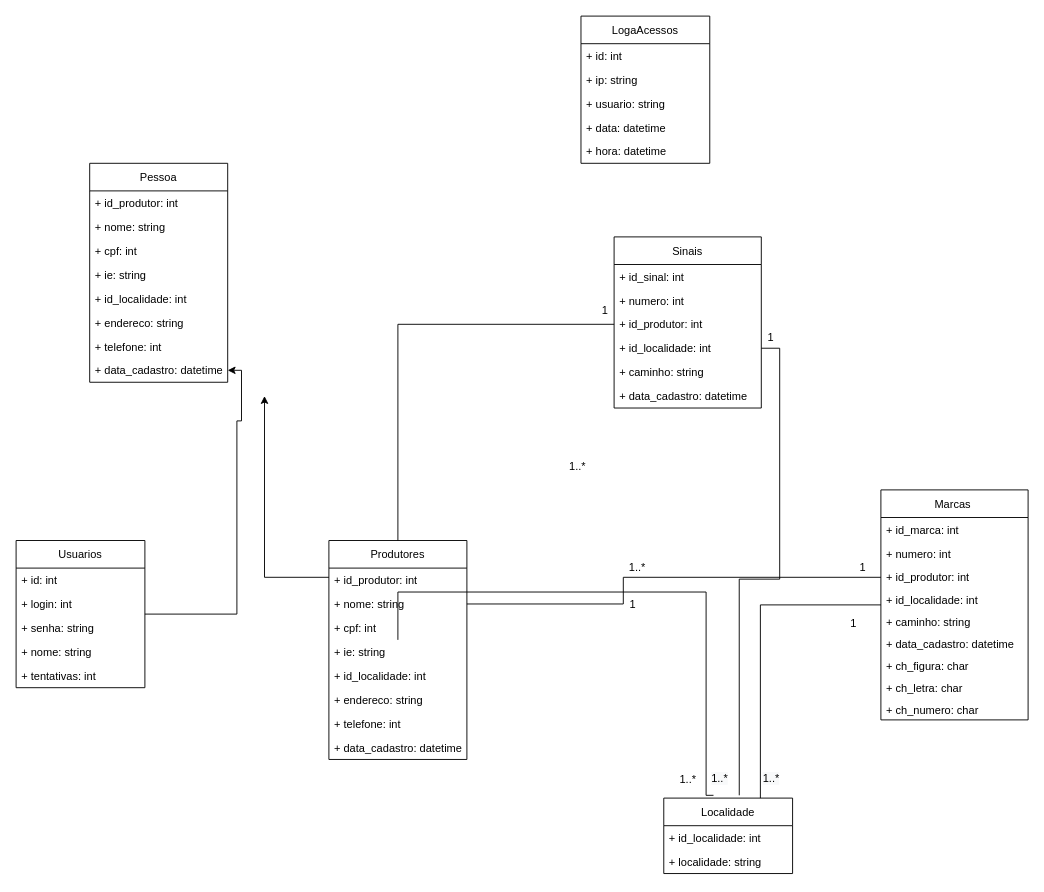
Earlier version of the draw.io diagram NovaArquitetura-Controle de Marcas e Sinais/marcas-sinais-novo_uml.drawio (RogerioTostes/TCC). Source tidied: cells renumbered, new cells numbered last; positions are measured from the earlier drawing's top-left corner, leaving out a move shared by most shapes. Both pictures are drawn from the tidied source at 92%, with x=0, y=0 at pixel (16, 16).
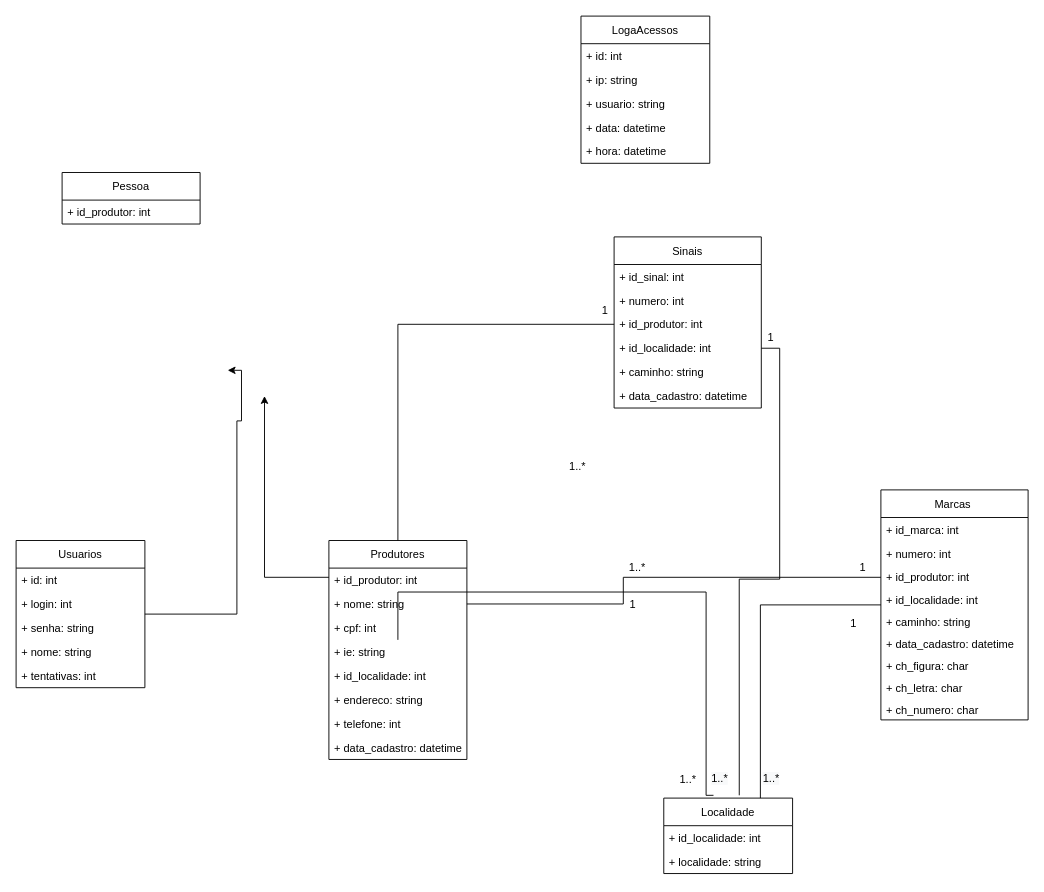
The same diagram, later.

The change refers to these unchanged cells:
```xml
<mxCell id="32" value="Usuarios" style="swimlane;fontStyle=0;horizontal=1;startSize=30;fillColor=none;" parent="1" vertex="1">
  <mxGeometry y="570" width="140" height="160" as="geometry" />
</mxCell>
```

Diff of the diagram source:
```diff
@@
-    <mxCell id="31" style="edgeStyle=orthogonalEdgeStyle;rounded=0;jettySize=auto;html=1;" parent="1" edge="1" source="32" target="68">
+    <mxCell id="31" style="edgeStyle=orthogonalEdgeStyle;rounded=0;jettySize=auto;html=1;" parent="1" edge="1" source="32">
       <mxGeometry relative="1" as="geometry">
+        <mxPoint x="230" y="385" as="targetPoint" />
         <Array as="points">
           <mxPoint x="240" y="650" />
           <mxPoint x="240" y="440" />
           <mxPoint x="245" y="440" />
         </Array>
       </mxGeometry>
     </mxCell>
@@
     <mxCell id="60" value="Pessoa" style="swimlane;fontStyle=0;horizontal=1;startSize=30;fillColor=none;" parent="1" vertex="1">
-      <mxGeometry x="80" y="160" width="150" height="238" as="geometry" />
+      <mxGeometry x="50" y="170" width="150" height="56" as="geometry" />
     </mxCell>
@@
-    <mxCell id="62" value="+ nome: string" style="text;strokeColor=none;fillColor=none;align=left;verticalAlign=top;spacingLeft=4;spacingRight=4;overflow=hidden;" parent="60" vertex="1">
-      <mxGeometry y="56" width="150" height="26" as="geometry" />
-    </mxCell>
-    <mxCell id="63" value="+ cpf: int" style="text;strokeColor=none;fillColor=none;align=left;verticalAlign=top;spacingLeft=4;spacingRight=4;overflow=hidden;" parent="60" vertex="1">
-      <mxGeometry y="82" width="150" height="26" as="geometry" />
-    </mxCell>
-    <mxCell id="64" value="+ ie: string" style="text;strokeColor=none;fillColor=none;align=left;verticalAlign=top;spacingLeft=4;spacingRight=4;overflow=hidden;" parent="60" vertex="1">
-      <mxGeometry y="108" width="150" height="26" as="geometry" />
-    </mxCell>
-    <mxCell id="65" value="+ id_localidade: int" style="text;strokeColor=none;fillColor=none;align=left;verticalAlign=top;spacingLeft=4;spacingRight=4;overflow=hidden;" parent="60" vertex="1">
-      <mxGeometry y="134" width="150" height="26" as="geometry" />
-    </mxCell>
-    <mxCell id="66" value="+ endereco: string" style="text;strokeColor=none;fillColor=none;align=left;verticalAlign=top;spacingLeft=4;spacingRight=4;overflow=hidden;" parent="60" vertex="1">
-      <mxGeometry y="160" width="150" height="26" as="geometry" />
-    </mxCell>
-    <mxCell id="67" value="+ telefone: int" style="text;strokeColor=none;fillColor=none;align=left;verticalAlign=top;spacingLeft=4;spacingRight=4;overflow=hidden;" parent="60" vertex="1">
-      <mxGeometry y="186" width="150" height="26" as="geometry" />
-    </mxCell>
-    <mxCell id="68" value="+ data_cadastro: datetime" style="text;strokeColor=none;fillColor=none;align=left;verticalAlign=top;spacingLeft=4;spacingRight=4;overflow=hidden;points=[[0,0.5],[1,0.5]];portConstraint=eastwest;" parent="60" vertex="1">
-      <mxGeometry y="212" width="150" height="26" as="geometry" />
-    </mxCell>
```
